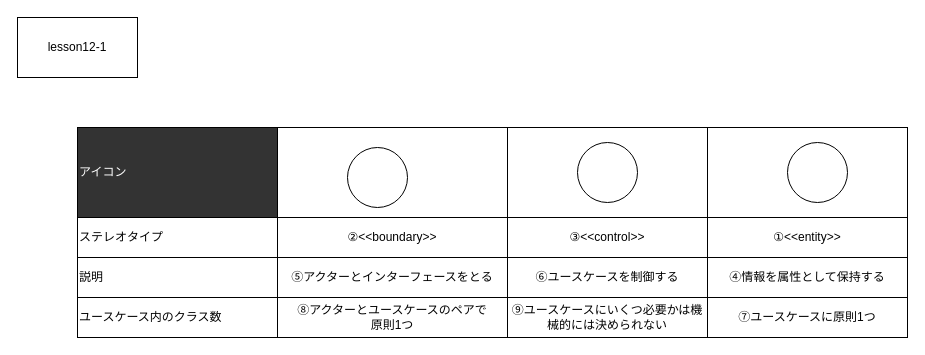
Before: lesson12/12-1.drawio in hirutashougo/UML_introduction, a draw.io diagram. Source tidied: cells renumbered, new cells numbered last; positions are measured from the earlier drawing's top-left corner, leaving out a move shared by most shapes. Both pictures are drawn from the tidied source at 100%, with x=0, y=0 at pixel (17, 17).
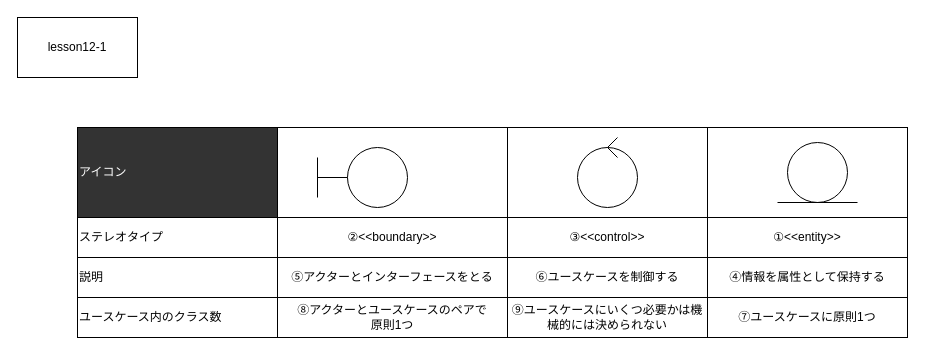
Above is the later version.

The change refers to these unchanged cells:
```xml
<mxCell id="19" style="ellipse;whiteSpace=wrap;html=1;" parent="1" vertex="1">
  <mxGeometry x="330" y="130" width="60" height="60" as="geometry" />
</mxCell>
```

Change to the diagram source:
```diff
@@
-    <mxCell id="20" style="ellipse;whiteSpace=wrap;html=1;" parent="1" vertex="1">
-      <mxGeometry x="560" y="125" width="60" height="60" as="geometry" />
-    </mxCell>
@@
+    <mxCell id="22" style="endArrow=none;html=1;rounded=0;" parent="1" edge="1">
+      <mxGeometry relative="1" as="geometry">
+        <mxPoint x="300" y="180" as="sourcePoint" />
+        <mxPoint x="300" y="140" as="targetPoint" />
+      </mxGeometry>
+    </mxCell>
+    <mxCell id="23" style="endArrow=none;html=1;rounded=0;entryX=0;entryY=0.5;entryDx=0;entryDy=0;" parent="1" edge="1" target="19">
+      <mxGeometry relative="1" as="geometry">
+        <mxPoint x="300" y="160" as="sourcePoint" />
+      </mxGeometry>
+    </mxCell>
+    <mxCell id="24" style="ellipse;whiteSpace=wrap;html=1;" parent="1" vertex="1">
+      <mxGeometry x="560" y="130" width="60" height="60" as="geometry" />
+    </mxCell>
+    <mxCell id="25" style="endArrow=none;html=1;rounded=0;" parent="1" edge="1">
+      <mxGeometry relative="1" as="geometry">
+        <mxPoint x="590" y="130" as="sourcePoint" />
+        <mxPoint x="600" y="120" as="targetPoint" />
+      </mxGeometry>
+    </mxCell>
+    <mxCell id="26" style="endArrow=none;html=1;rounded=0;exitX=0.5;exitY=0;exitDx=0;exitDy=0;entryX=0.667;entryY=0.167;entryDx=0;entryDy=0;entryPerimeter=0;" parent="1" edge="1" source="24" target="24">
+      <mxGeometry relative="1" as="geometry" />
+    </mxCell>
+    <mxCell id="27" style="endArrow=none;html=1;rounded=0;" parent="1" edge="1">
+      <mxGeometry relative="1" as="geometry">
+        <mxPoint x="760" y="185" as="sourcePoint" />
+        <mxPoint x="840" y="185" as="targetPoint" />
+      </mxGeometry>
+    </mxCell>
```
